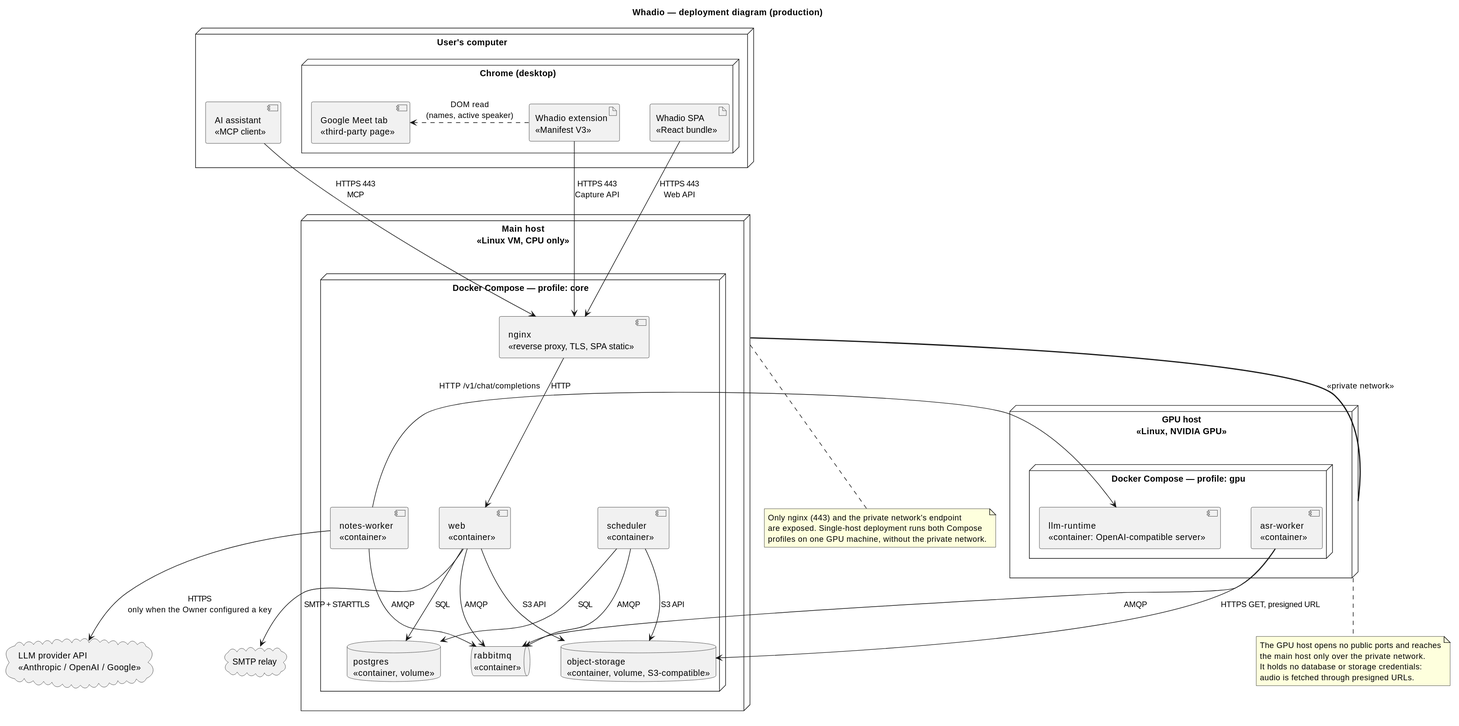
This is docs/architecture/uml/deployment-diagram.svg from ukma-fin-ssdm-2026/Whadio, a PlantUML export, as it was before one commit.
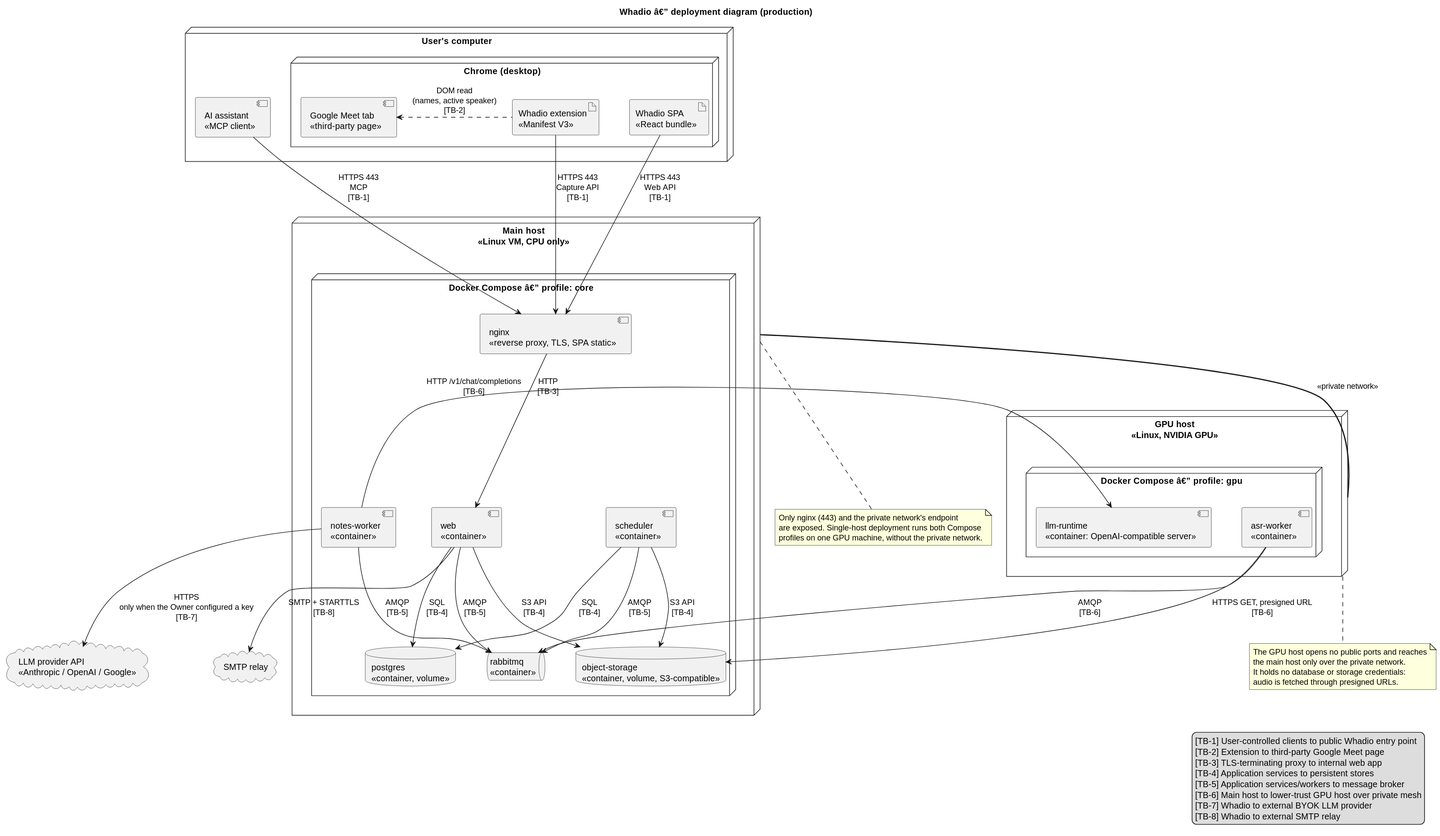
Above is the later version.

Commit message:
docs(#27): add final changes to threat model and accord to deployment diagram

What changed in the source:
```diff
@@ -1,5 +1,5 @@
 @startuml
-title Whadio — deployment diagram (production)
+title Whadio â€” deployment diagram (production)
 
 skinparam nodesep 50
 skinparam ranksep 70
@@ -14,7 +14,7 @@
 }
 
 node "Main host\n<<Linux VM, CPU only>>" as main {
-  node "Docker Compose — profile: core" as composeCore {
+  node "Docker Compose â€” profile: core" as composeCore {
     component "nginx\n<<reverse proxy, TLS, SPA static>>" as nginx
     component "web\n<<container>>" as web
     component "scheduler\n<<container>>" as scheduler
@@ -26,7 +26,7 @@
 }
 
 node "GPU host\n<<Linux, NVIDIA GPU>>" as gpu {
-  node "Docker Compose — profile: gpu" as composeGpu {
+  node "Docker Compose â€” profile: gpu" as composeGpu {
     component "asr-worker\n<<container>>" as asrWorker
     component "llm-runtime\n<<container: OpenAI-compatible server>>" as llm
   }
@@ -35,27 +35,27 @@
 cloud "LLM provider API\n<<Anthropic / OpenAI / Google>>" as provider
 cloud "SMTP relay" as smtp
 
-ext --> nginx : HTTPS 443\nCapture API
-spa --> nginx : HTTPS 443\nWeb API
-mcpClient --> nginx : HTTPS 443\nMCP
-ext .left.> meet : DOM read\n(names, active speaker)
+ext --> nginx : HTTPS 443\nCapture API\n[TB-1]
+spa --> nginx : HTTPS 443\nWeb API\n[TB-1]
+mcpClient --> nginx : HTTPS 443\nMCP\n[TB-1]
+ext .left.> meet : DOM read\n(names, active speaker)\n[TB-2]
 
-nginx --> web : HTTP
-web --> db : SQL
-web --> store : S3 API
-web --> mq : AMQP
-scheduler --> db : SQL
-scheduler --> store : S3 API
-scheduler --> mq : AMQP
-notesWorker --> mq : AMQP
+nginx --> web : HTTP\n[TB-3]
+web --> db : SQL\n[TB-4]
+web --> store : S3 API\n[TB-4]
+web --> mq : AMQP\n[TB-5]
+scheduler --> db : SQL\n[TB-4]
+scheduler --> store : S3 API\n[TB-4]
+scheduler --> mq : AMQP\n[TB-5]
+notesWorker --> mq : AMQP\n[TB-5]
 
 gpu == main : <<private network>>
-asrWorker --> mq : AMQP
-asrWorker --> store : HTTPS GET, presigned URL
-notesWorker --> llm : HTTP /v1/chat/completions
+asrWorker --> mq : AMQP\n[TB-6]
+asrWorker --> store : HTTPS GET, presigned URL\n[TB-6]
+notesWorker --> llm : HTTP /v1/chat/completions\n[TB-6]
 
-notesWorker --> provider : HTTPS\nonly when the Owner configured a key
-web --> smtp : SMTP + STARTTLS
+notesWorker --> provider : HTTPS\nonly when the Owner configured a key\n[TB-7]
+web --> smtp : SMTP + STARTTLS\n[TB-8]
 
 note bottom of gpu
   The GPU host opens no public ports and reaches
@@ -69,4 +69,15 @@
   are exposed. Single-host deployment runs both Compose
   profiles on one GPU machine, without the private network.
 end note
+
+legend right
+  [TB-1] User-controlled clients to public Whadio entry point
+  [TB-2] Extension to third-party Google Meet page
+  [TB-3] TLS-terminating proxy to internal web app
+  [TB-4] Application services to persistent stores
+  [TB-5] Application services/workers to message broker
+  [TB-6] Main host to lower-trust GPU host over private mesh
+  [TB-7] Whadio to external BYOK LLM provider
+  [TB-8] Whadio to external SMTP relay
+endlegend
 @enduml
```
